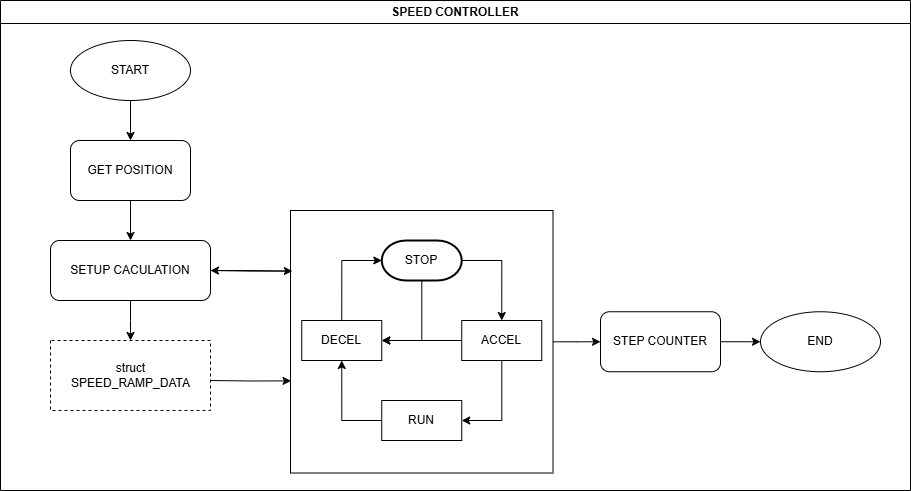
Quynguyen34/CNC-Drill-Graduation-Project keeps this draw.io diagram as FLOWCHART-VIE/FLOWCHART-SPEED-CONTROLLER.png. Above is the earlier version. Source tidied: cells renumbered, new cells last; positions are measured from the earlier drawing's top-left corner, leaving out a move shared by most shapes. Source of this version:
```xml
<mxGraphModel>
  <root>
    <mxCell id="0" />
    <mxCell id="1" parent="0" />
    <mxCell id="2" style="edgeStyle=orthogonalEdgeStyle;rounded=0;jettySize=auto;html=1;exitX=0.002;exitY=0.649;exitDx=0;exitDy=0;exitPerimeter=0;entryX=0.002;entryY=0.649;entryDx=0;entryDy=0;entryPerimeter=0;" parent="1" edge="1" target="4">
      <mxGeometry relative="1" as="geometry">
        <mxPoint x="210" y="380" as="sourcePoint" />
      </mxGeometry>
    </mxCell>
    <mxCell id="3" style="edgeStyle=orthogonalEdgeStyle;rounded=0;jettySize=auto;html=1;" parent="1" edge="1" source="4" target="27">
      <mxGeometry relative="1" as="geometry" />
    </mxCell>
    <mxCell id="4" style="whiteSpace=wrap;html=1;" parent="1" vertex="1">
      <mxGeometry x="290" y="210" width="262.5" height="262.5" as="geometry" />
    </mxCell>
    <mxCell id="5" style="edgeStyle=orthogonalEdgeStyle;rounded=0;jettySize=auto;html=1;" parent="1" edge="1" source="6" target="8">
      <mxGeometry relative="1" as="geometry" />
    </mxCell>
    <mxCell id="6" value="START" style="ellipse;whiteSpace=wrap;html=1;" parent="1" vertex="1">
      <mxGeometry x="70" y="40" width="120" height="60" as="geometry" />
    </mxCell>
    <mxCell id="7" style="edgeStyle=orthogonalEdgeStyle;rounded=0;jettySize=auto;html=1;" parent="1" edge="1" source="8" target="10">
      <mxGeometry relative="1" as="geometry" />
    </mxCell>
    <mxCell id="8" value="GET POSITION" style="rounded=1;whiteSpace=wrap;html=1;" parent="1" vertex="1">
      <mxGeometry x="70" y="140" width="120" height="60" as="geometry" />
    </mxCell>
    <mxCell id="9" style="edgeStyle=orthogonalEdgeStyle;rounded=0;jettySize=auto;html=1;" parent="1" edge="1" source="10">
      <mxGeometry relative="1" as="geometry">
        <mxPoint x="130" y="340" as="targetPoint" />
      </mxGeometry>
    </mxCell>
    <mxCell id="10" value="SETUP CACULATION" style="rounded=1;whiteSpace=wrap;html=1;" parent="1" vertex="1">
      <mxGeometry x="50" y="240" width="160" height="60" as="geometry" />
    </mxCell>
    <mxCell id="11" style="group;" parent="1" vertex="1">
      <mxGeometry x="50" y="340" width="160" height="70" as="geometry" />
    </mxCell>
    <mxCell id="12" style="endArrow=none;dashed=1;html=1;rounded=0;" parent="11" edge="1">
      <mxGeometry relative="1" as="geometry">
        <mxPoint as="sourcePoint" />
        <mxPoint as="targetPoint" />
        <Array as="points">
          <mxPoint y="70" />
          <mxPoint x="160" y="70" />
          <mxPoint x="160" />
        </Array>
      </mxGeometry>
    </mxCell>
    <mxCell id="13" value="struct&lt;div&gt;SPEED_RAMP_DATA&lt;/div&gt;" style="text;html=1;align=center;verticalAlign=middle;strokeColor=none;fillColor=none;" parent="11" vertex="1">
      <mxGeometry x="10" y="15" width="140" height="40" as="geometry" />
    </mxCell>
    <mxCell id="14" value="DECEL" style="rounded=0;whiteSpace=wrap;html=1;" parent="1" vertex="1">
      <mxGeometry x="301.2" y="320" width="80" height="40" as="geometry" />
    </mxCell>
    <mxCell id="15" style="edgeStyle=orthogonalEdgeStyle;rounded=0;jettySize=auto;html=1;exitX=0;exitY=0.5;exitDx=0;exitDy=0;entryX=0.5;entryY=1;entryDx=0;entryDy=0;" parent="1" edge="1" source="16" target="14">
      <mxGeometry relative="1" as="geometry" />
    </mxCell>
    <mxCell id="16" value="RUN" style="rounded=0;whiteSpace=wrap;html=1;" parent="1" vertex="1">
      <mxGeometry x="381.2" y="400" width="80" height="40" as="geometry" />
    </mxCell>
    <mxCell id="17" style="edgeStyle=orthogonalEdgeStyle;rounded=0;jettySize=auto;html=1;entryX=1;entryY=0.5;entryDx=0;entryDy=0;" parent="1" edge="1" source="19" target="14">
      <mxGeometry relative="1" as="geometry" />
    </mxCell>
    <mxCell id="18" style="edgeStyle=orthogonalEdgeStyle;rounded=0;jettySize=auto;html=1;entryX=1;entryY=0.5;entryDx=0;entryDy=0;" parent="1" edge="1" source="19" target="16">
      <mxGeometry relative="1" as="geometry" />
    </mxCell>
    <mxCell id="19" value="ACCEL" style="rounded=0;whiteSpace=wrap;html=1;" parent="1" vertex="1">
      <mxGeometry x="461.2" y="320" width="80" height="40" as="geometry" />
    </mxCell>
    <mxCell id="20" style="edgeStyle=orthogonalEdgeStyle;rounded=0;jettySize=auto;html=1;entryX=1;entryY=0.5;entryDx=0;entryDy=0;" parent="1" edge="1" source="22" target="14">
      <mxGeometry relative="1" as="geometry" />
    </mxCell>
    <mxCell id="21" style="edgeStyle=orthogonalEdgeStyle;rounded=0;jettySize=auto;html=1;entryX=0.5;entryY=0;entryDx=0;entryDy=0;" parent="1" edge="1" source="22" target="19">
      <mxGeometry relative="1" as="geometry">
        <Array as="points">
          <mxPoint x="501.2" y="260" />
        </Array>
      </mxGeometry>
    </mxCell>
    <mxCell id="22" value="STOP" style="strokeWidth=2;html=1;shape=mxgraph.flowchart.terminator;whiteSpace=wrap;" parent="1" vertex="1">
      <mxGeometry x="381.2" y="240" width="80" height="40" as="geometry" />
    </mxCell>
    <mxCell id="23" style="edgeStyle=orthogonalEdgeStyle;rounded=0;jettySize=auto;html=1;exitX=0.5;exitY=0;exitDx=0;exitDy=0;entryX=0;entryY=0.5;entryDx=0;entryDy=0;entryPerimeter=0;" parent="1" edge="1" source="14" target="22">
      <mxGeometry relative="1" as="geometry" />
    </mxCell>
    <mxCell id="24" style="edgeStyle=orthogonalEdgeStyle;rounded=0;jettySize=auto;html=1;exitX=-0.002;exitY=0.231;exitDx=0;exitDy=0;entryX=1;entryY=0.5;entryDx=0;entryDy=0;exitPerimeter=0;" parent="1" edge="1" source="4" target="10">
      <mxGeometry relative="1" as="geometry" />
    </mxCell>
    <mxCell id="25" style="edgeStyle=orthogonalEdgeStyle;rounded=0;jettySize=auto;html=1;entryX=0.007;entryY=0.231;entryDx=0;entryDy=0;entryPerimeter=0;" parent="1" edge="1" source="10" target="4">
      <mxGeometry relative="1" as="geometry" />
    </mxCell>
    <mxCell id="26" style="edgeStyle=orthogonalEdgeStyle;rounded=0;jettySize=auto;html=1;" parent="1" edge="1" source="27" target="28">
      <mxGeometry relative="1" as="geometry" />
    </mxCell>
    <mxCell id="27" value="STEP COUNTER" style="rounded=1;whiteSpace=wrap;html=1;" parent="1" vertex="1">
      <mxGeometry x="600" y="311.2" width="120" height="60" as="geometry" />
    </mxCell>
    <mxCell id="28" value="END" style="ellipse;whiteSpace=wrap;html=1;" parent="1" vertex="1">
      <mxGeometry x="760" y="311.2" width="120" height="60" as="geometry" />
    </mxCell>
    <mxCell id="29" value="SPEED CONTROLLER" style="swimlane;whiteSpace=wrap;html=1;" parent="1" vertex="1">
      <mxGeometry width="910" height="490" as="geometry" />
    </mxCell>
  </root>
</mxGraphModel>
```
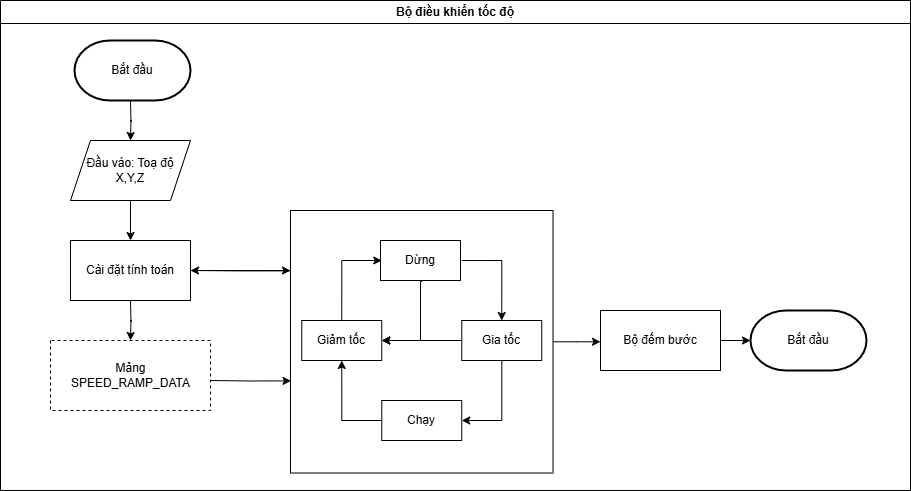
Above is the later version.

Commit message:
add FLOWCHART-VIETSUB

The edit, as a diff of the source:
```diff
@@ -7,32 +7,31 @@
         <mxPoint x="210" y="380" as="sourcePoint" />
       </mxGeometry>
     </mxCell>
-    <mxCell id="3" style="edgeStyle=orthogonalEdgeStyle;rounded=0;jettySize=auto;html=1;" parent="1" edge="1" source="4" target="27">
-      <mxGeometry relative="1" as="geometry" />
+    <mxCell id="3" style="edgeStyle=orthogonalEdgeStyle;rounded=0;jettySize=auto;html=1;" parent="1" edge="1" source="4">
+      <mxGeometry relative="1" as="geometry">
+        <mxPoint x="600" y="341.3" as="targetPoint" />
+      </mxGeometry>
     </mxCell>
+    <mxCell id="30" style="edgeStyle=orthogonalEdgeStyle;rounded=0;jettySize=auto;html=1;exitX=-0.002;exitY=0.23;exitDx=0;exitDy=0;exitPerimeter=0;" parent="1" edge="1" source="4">
+      <mxGeometry relative="1" as="geometry">
+        <mxPoint x="190" y="270" as="targetPoint" />
+      </mxGeometry>
+    </mxCell>
     <mxCell id="4" style="whiteSpace=wrap;html=1;" parent="1" vertex="1">
       <mxGeometry x="290" y="210" width="262.5" height="262.5" as="geometry" />
     </mxCell>
-    <mxCell id="5" style="edgeStyle=orthogonalEdgeStyle;rounded=0;jettySize=auto;html=1;" parent="1" edge="1" source="6" target="8">
-      <mxGeometry relative="1" as="geometry" />
+    <mxCell id="5" style="edgeStyle=orthogonalEdgeStyle;rounded=0;orthogonalLoop=1;jettySize=auto;html=1;" parent="1" edge="1">
+      <mxGeometry relative="1" as="geometry">
+        <mxPoint x="130" y="100" as="sourcePoint" />
+        <mxPoint x="130" y="140" as="targetPoint" />
+      </mxGeometry>
     </mxCell>
-    <mxCell id="6" value="START" style="ellipse;whiteSpace=wrap;html=1;" parent="1" vertex="1">
-      <mxGeometry x="70" y="40" width="120" height="60" as="geometry" />
-    </mxCell>
-    <mxCell id="7" style="edgeStyle=orthogonalEdgeStyle;rounded=0;jettySize=auto;html=1;" parent="1" edge="1" source="8" target="10">
-      <mxGeometry relative="1" as="geometry" />
-    </mxCell>
-    <mxCell id="8" value="GET POSITION" style="rounded=1;whiteSpace=wrap;html=1;" parent="1" vertex="1">
-      <mxGeometry x="70" y="140" width="120" height="60" as="geometry" />
-    </mxCell>
-    <mxCell id="9" style="edgeStyle=orthogonalEdgeStyle;rounded=0;jettySize=auto;html=1;" parent="1" edge="1" source="10">
+    <mxCell id="9" style="edgeStyle=orthogonalEdgeStyle;rounded=0;orthogonalLoop=1;jettySize=auto;html=1;" parent="1" edge="1">
       <mxGeometry relative="1" as="geometry">
+        <mxPoint x="130" y="300" as="sourcePoint" />
         <mxPoint x="130" y="340" as="targetPoint" />
       </mxGeometry>
     </mxCell>
-    <mxCell id="10" value="SETUP CACULATION" style="rounded=1;whiteSpace=wrap;html=1;" parent="1" vertex="1">
-      <mxGeometry x="50" y="240" width="160" height="60" as="geometry" />
-    </mxCell>
     <mxCell id="11" style="group;" parent="1" vertex="1">
       <mxGeometry x="50" y="340" width="160" height="70" as="geometry" />
     </mxCell>
@@ -47,16 +46,16 @@
         </Array>
       </mxGeometry>
     </mxCell>
-    <mxCell id="13" value="struct&lt;div&gt;SPEED_RAMP_DATA&lt;/div&gt;" style="text;html=1;align=center;verticalAlign=middle;strokeColor=none;fillColor=none;" parent="11" vertex="1">
+    <mxCell id="13" value="Mảng&lt;div&gt;SPEED_RAMP_DATA&lt;/div&gt;" style="text;html=1;align=center;verticalAlign=middle;strokeColor=none;fillColor=none;" parent="11" vertex="1">
       <mxGeometry x="10" y="15" width="140" height="40" as="geometry" />
     </mxCell>
-    <mxCell id="14" value="DECEL" style="rounded=0;whiteSpace=wrap;html=1;" parent="1" vertex="1">
+    <mxCell id="14" value="Giảm tốc" style="rounded=0;whiteSpace=wrap;html=1;" parent="1" vertex="1">
       <mxGeometry x="301.2" y="320" width="80" height="40" as="geometry" />
     </mxCell>
     <mxCell id="15" style="edgeStyle=orthogonalEdgeStyle;rounded=0;jettySize=auto;html=1;exitX=0;exitY=0.5;exitDx=0;exitDy=0;entryX=0.5;entryY=1;entryDx=0;entryDy=0;" parent="1" edge="1" source="16" target="14">
       <mxGeometry relative="1" as="geometry" />
     </mxCell>
-    <mxCell id="16" value="RUN" style="rounded=0;whiteSpace=wrap;html=1;" parent="1" vertex="1">
+    <mxCell id="16" value="Chạy" style="rounded=0;whiteSpace=wrap;html=1;" parent="1" vertex="1">
       <mxGeometry x="381.2" y="400" width="80" height="40" as="geometry" />
     </mxCell>
     <mxCell id="17" style="edgeStyle=orthogonalEdgeStyle;rounded=0;jettySize=auto;html=1;entryX=1;entryY=0.5;entryDx=0;entryDy=0;" parent="1" edge="1" source="19" target="14">
@@ -65,42 +64,66 @@
     <mxCell id="18" style="edgeStyle=orthogonalEdgeStyle;rounded=0;jettySize=auto;html=1;entryX=1;entryY=0.5;entryDx=0;entryDy=0;" parent="1" edge="1" source="19" target="16">
       <mxGeometry relative="1" as="geometry" />
     </mxCell>
-    <mxCell id="19" value="ACCEL" style="rounded=0;whiteSpace=wrap;html=1;" parent="1" vertex="1">
+    <mxCell id="19" value="Gia tốc" style="rounded=0;whiteSpace=wrap;html=1;" parent="1" vertex="1">
       <mxGeometry x="461.2" y="320" width="80" height="40" as="geometry" />
     </mxCell>
-    <mxCell id="20" style="edgeStyle=orthogonalEdgeStyle;rounded=0;jettySize=auto;html=1;entryX=1;entryY=0.5;entryDx=0;entryDy=0;" parent="1" edge="1" source="22" target="14">
-      <mxGeometry relative="1" as="geometry" />
+    <mxCell id="20" style="edgeStyle=orthogonalEdgeStyle;rounded=0;jettySize=auto;html=1;entryX=1;entryY=0.5;entryDx=0;entryDy=0;" parent="1" edge="1" target="14">
+      <mxGeometry relative="1" as="geometry">
+        <mxPoint x="421.2" y="280" as="sourcePoint" />
+        <Array as="points">
+          <mxPoint x="421" y="281" />
+          <mxPoint x="420" y="281" />
+          <mxPoint x="420" y="340" />
+        </Array>
+      </mxGeometry>
     </mxCell>
-    <mxCell id="21" style="edgeStyle=orthogonalEdgeStyle;rounded=0;jettySize=auto;html=1;entryX=0.5;entryY=0;entryDx=0;entryDy=0;" parent="1" edge="1" source="22" target="19">
+    <mxCell id="21" style="edgeStyle=orthogonalEdgeStyle;rounded=0;jettySize=auto;html=1;entryX=0.5;entryY=0;entryDx=0;entryDy=0;" parent="1" edge="1" target="19">
       <mxGeometry relative="1" as="geometry">
+        <mxPoint x="461.2" y="260" as="sourcePoint" />
         <Array as="points">
           <mxPoint x="501.2" y="260" />
         </Array>
       </mxGeometry>
     </mxCell>
-    <mxCell id="22" value="STOP" style="strokeWidth=2;html=1;shape=mxgraph.flowchart.terminator;whiteSpace=wrap;" parent="1" vertex="1">
-      <mxGeometry x="381.2" y="240" width="80" height="40" as="geometry" />
-    </mxCell>
-    <mxCell id="23" style="edgeStyle=orthogonalEdgeStyle;rounded=0;jettySize=auto;html=1;exitX=0.5;exitY=0;exitDx=0;exitDy=0;entryX=0;entryY=0.5;entryDx=0;entryDy=0;entryPerimeter=0;" parent="1" edge="1" source="14" target="22">
-      <mxGeometry relative="1" as="geometry" />
+    <mxCell id="23" style="edgeStyle=orthogonalEdgeStyle;rounded=0;jettySize=auto;html=1;exitX=0.5;exitY=0;exitDx=0;exitDy=0;entryX=0;entryY=0.5;entryDx=0;entryDy=0;entryPerimeter=0;" parent="1" edge="1" source="14">
+      <mxGeometry relative="1" as="geometry">
+        <mxPoint x="381.2" y="260" as="targetPoint" />
+        <Array as="points">
+          <mxPoint x="341" y="260" />
+        </Array>
+      </mxGeometry>
     </mxCell>
-    <mxCell id="24" style="edgeStyle=orthogonalEdgeStyle;rounded=0;jettySize=auto;html=1;exitX=-0.002;exitY=0.231;exitDx=0;exitDy=0;entryX=1;entryY=0.5;entryDx=0;entryDy=0;exitPerimeter=0;" parent="1" edge="1" source="4" target="10">
-      <mxGeometry relative="1" as="geometry" />
-    </mxCell>
-    <mxCell id="25" style="edgeStyle=orthogonalEdgeStyle;rounded=0;jettySize=auto;html=1;entryX=0.007;entryY=0.231;entryDx=0;entryDy=0;entryPerimeter=0;" parent="1" edge="1" source="10" target="4">
-      <mxGeometry relative="1" as="geometry" />
-    </mxCell>
-    <mxCell id="26" style="edgeStyle=orthogonalEdgeStyle;rounded=0;jettySize=auto;html=1;" parent="1" edge="1" source="27" target="28">
-      <mxGeometry relative="1" as="geometry" />
-    </mxCell>
-    <mxCell id="27" value="STEP COUNTER" style="rounded=1;whiteSpace=wrap;html=1;" parent="1" vertex="1">
-      <mxGeometry x="600" y="311.2" width="120" height="60" as="geometry" />
-    </mxCell>
-    <mxCell id="28" value="END" style="ellipse;whiteSpace=wrap;html=1;" parent="1" vertex="1">
-      <mxGeometry x="760" y="311.2" width="120" height="60" as="geometry" />
-    </mxCell>
-    <mxCell id="29" value="SPEED CONTROLLER" style="swimlane;whiteSpace=wrap;html=1;" parent="1" vertex="1">
+    <mxCell id="29" value="Bộ điều khiển tốc độ" style="swimlane;whiteSpace=wrap;html=1;" parent="1" vertex="1">
       <mxGeometry width="910" height="490" as="geometry" />
     </mxCell>
+    <mxCell id="31" value="Bắt đầu" style="strokeWidth=2;html=1;shape=mxgraph.flowchart.terminator;whiteSpace=wrap;" parent="29" vertex="1">
+      <mxGeometry x="74" y="40" width="116" height="60" as="geometry" />
+    </mxCell>
+    <mxCell id="32" style="edgeStyle=orthogonalEdgeStyle;rounded=0;jettySize=auto;html=1;" parent="29" edge="1" source="33" target="34">
+      <mxGeometry relative="1" as="geometry" />
+    </mxCell>
+    <mxCell id="33" value="Đầu vào: Toạ độ X,Y,Z" style="shape=parallelogram;perimeter=parallelogramPerimeter;whiteSpace=wrap;html=1;fixedSize=1;" parent="29" vertex="1">
+      <mxGeometry x="70" y="140" width="120" height="60" as="geometry" />
+    </mxCell>
+    <mxCell id="34" value="Cài đặt tính toán" style="rounded=0;whiteSpace=wrap;html=1;" parent="29" vertex="1">
+      <mxGeometry x="70" y="240" width="120" height="60" as="geometry" />
+    </mxCell>
+    <mxCell id="35" value="Dừng" style="rounded=0;whiteSpace=wrap;html=1;" parent="29" vertex="1">
+      <mxGeometry x="380" y="240" width="80" height="40" as="geometry" />
+    </mxCell>
+    <mxCell id="36" style="edgeStyle=orthogonalEdgeStyle;rounded=0;jettySize=auto;html=1;" parent="29" edge="1" source="37" target="38">
+      <mxGeometry relative="1" as="geometry" />
+    </mxCell>
+    <mxCell id="37" value="Bộ đếm bước" style="rounded=0;whiteSpace=wrap;html=1;" parent="29" vertex="1">
+      <mxGeometry x="600" y="310" width="120" height="60" as="geometry" />
+    </mxCell>
+    <mxCell id="38" value="Bắt đầu" style="strokeWidth=2;html=1;shape=mxgraph.flowchart.terminator;whiteSpace=wrap;" parent="29" vertex="1">
+      <mxGeometry x="750" y="310" width="116" height="60" as="geometry" />
+    </mxCell>
+    <mxCell id="39" style="edgeStyle=orthogonalEdgeStyle;rounded=0;jettySize=auto;html=1;" parent="1" edge="1" source="34">
+      <mxGeometry relative="1" as="geometry">
+        <mxPoint x="290" y="270" as="targetPoint" />
+      </mxGeometry>
+    </mxCell>
   </root>
 </mxGraphModel>
```
